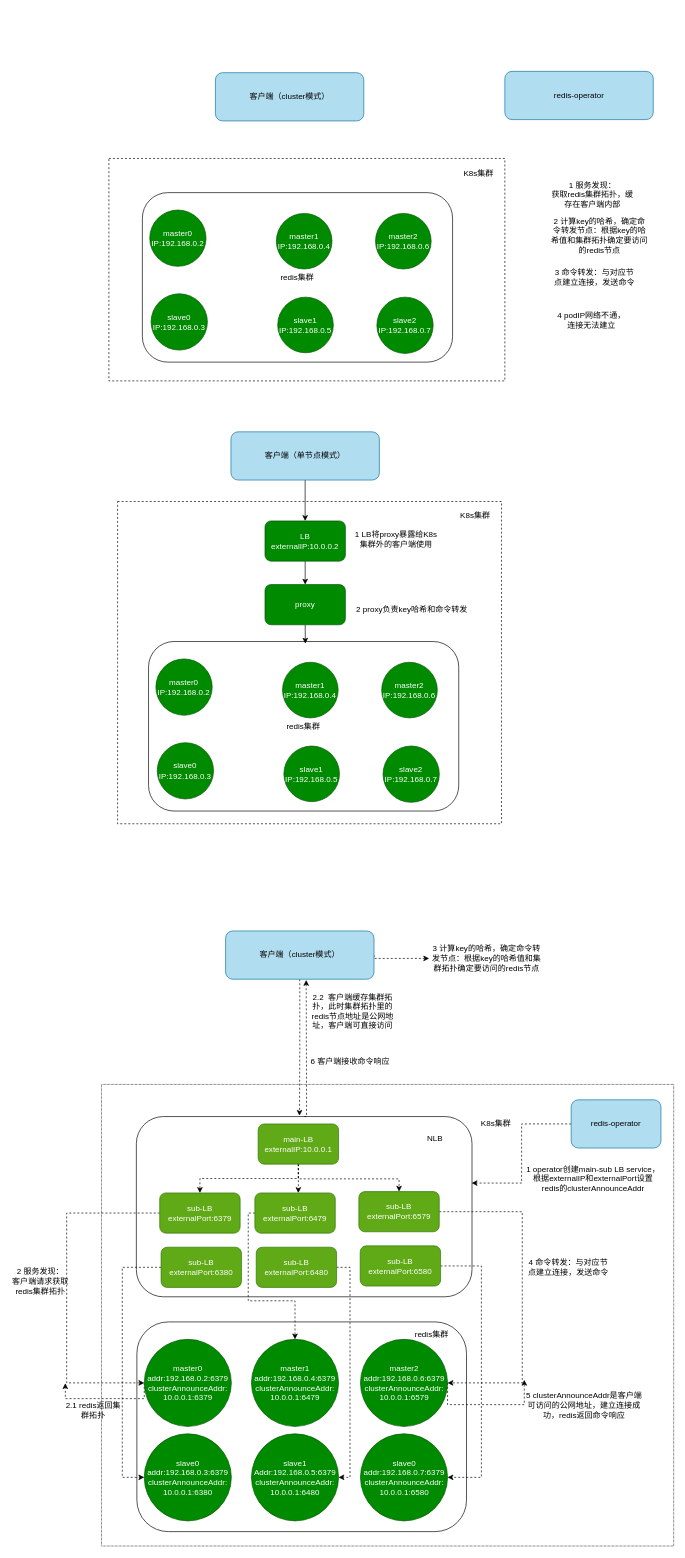
The draw.io diagram diagrams/redis代理和LB优化.drawio in fengyinqiao/cloudimg, before the edit. Source tidied: cells renumbered, new cells numbered last; positions are measured from the earlier drawing's top-left corner, leaving out a move shared by most shapes. Both pictures are drawn from the tidied source at 67%, with x=0, y=0 at pixel (11, 71).
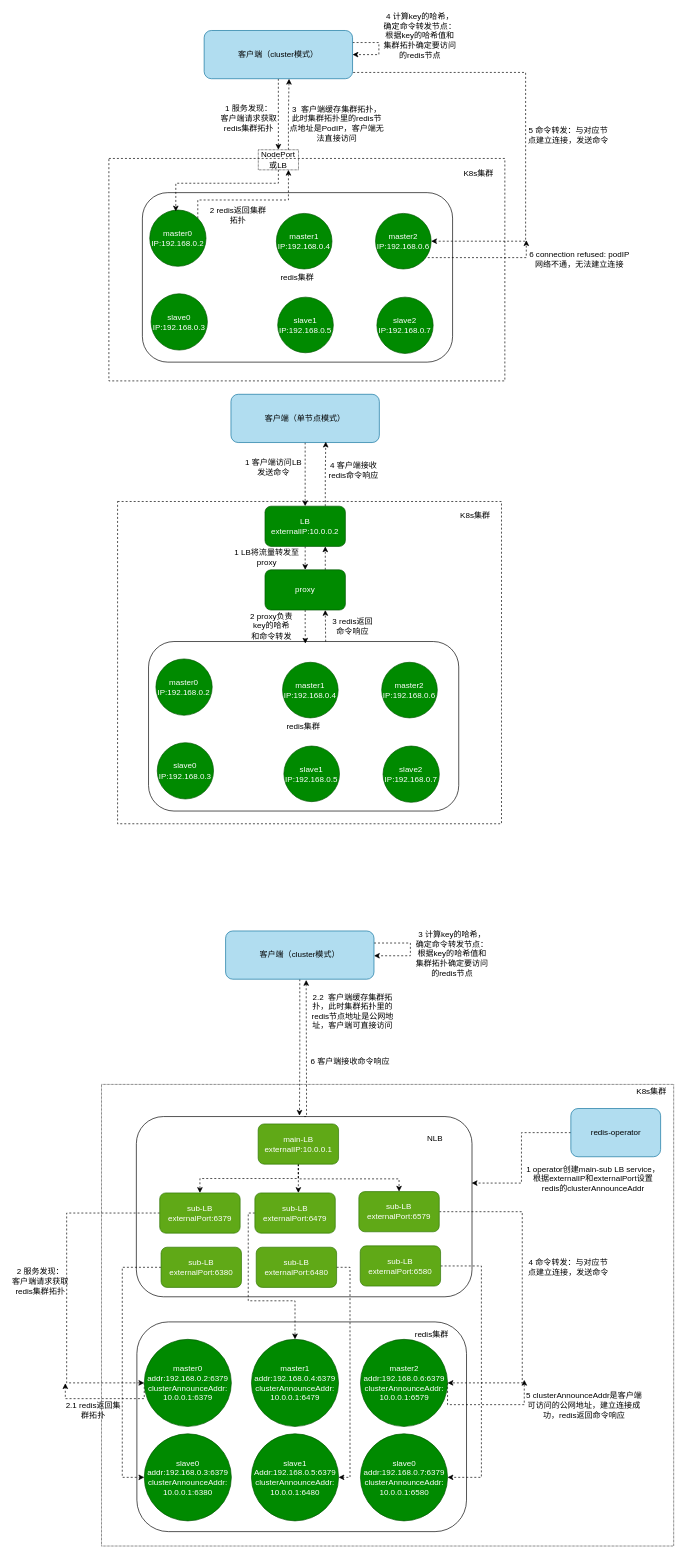
Above is the later version.

Commit message (it also covers changes not shown here):
更新redis代理和LB优化.drawio

Unchanged cells that the change refers to:
```xml
<mxCell id="5" value="master0&lt;br&gt;IP:192.168.0.2" style="ellipse;whiteSpace=wrap;html=1;fillColor=#008a00;fontColor=#ffffff;strokeColor=#005700;" parent="1" vertex="1">
  <mxGeometry x="206" y="207" width="84" height="84" as="geometry" />
</mxCell>
<mxCell id="9" value="master2&lt;br&gt;IP:192.168.0.6" style="ellipse;whiteSpace=wrap;html=1;fillColor=#008a00;fontColor=#ffffff;strokeColor=#005700;" parent="1" vertex="1">
  <mxGeometry x="543" y="212" width="83" height="83" as="geometry" />
</mxCell>
<mxCell id="20" value="redis集群" style="rounded=1;whiteSpace=wrap;html=1;" parent="1" vertex="1">
  <mxGeometry x="204.2" y="851" width="463" height="253" as="geometry" />
</mxCell>
<mxCell id="37" value="客户端（cluster模式）" style="rounded=1;whiteSpace=wrap;html=1;fillColor=#b1ddf0;strokeColor=#10739e;" parent="1" vertex="1">
  <mxGeometry x="319.2" y="1283" width="221.5" height="72" as="geometry" />
</mxCell>
```

Change to the diagram source:
```diff
@@
+    <mxCell id="27" style="rounded=0;whiteSpace=wrap;html=1;fillColor=none;dashed=1;" parent="1" vertex="1">
+      <mxGeometry x="158" y="642" width="573" height="481" as="geometry" />
+    </mxCell>
+    <mxCell id="4" value="redis集群" style="rounded=1;whiteSpace=wrap;html=1;" parent="1" vertex="1">
+      <mxGeometry x="195" y="181" width="463" height="253" as="geometry" />
+    </mxCell>
+    <mxCell id="16" style="rounded=0;whiteSpace=wrap;html=1;fillColor=none;dashed=1;" parent="1" vertex="1">
+      <mxGeometry x="145" y="130" width="591" height="332" as="geometry" />
+    </mxCell>
@@
+    <mxCell id="78" style="edgeStyle=orthogonalEdgeStyle;rounded=0;jettySize=auto;html=1;exitX=0.5;exitY=1;exitDx=0;exitDy=0;entryX=0.5;entryY=0;entryDx=0;entryDy=0;dashed=1;" parent="1" edge="1" source="3" target="88">
+      <mxGeometry relative="1" as="geometry" />
+    </mxCell>
+    <mxCell id="79" style="edgeStyle=orthogonalEdgeStyle;rounded=0;orthogonalLoop=1;jettySize=auto;html=1;exitX=1;exitY=0.25;exitDx=0;exitDy=0;dashed=1;entryX=1;entryY=0.5;entryDx=0;entryDy=0;" parent="1" edge="1" source="3" target="3">
+      <mxGeometry relative="1" as="geometry">
+        <Array as="points">
+          <mxPoint x="548" y="-43" />
+          <mxPoint x="548" y="-25" />
+        </Array>
+      </mxGeometry>
+    </mxCell>
+    <mxCell id="80" style="edgeStyle=orthogonalEdgeStyle;rounded=0;jettySize=auto;html=1;exitX=1.004;exitY=0.87;exitDx=0;exitDy=0;entryX=1;entryY=0.5;entryDx=0;entryDy=0;dashed=1;exitPerimeter=0;" parent="1" edge="1" source="3" target="9">
+      <mxGeometry relative="1" as="geometry">
+        <Array as="points">
+          <mxPoint x="767" y="2" />
+          <mxPoint x="767" y="254" />
+        </Array>
+      </mxGeometry>
+    </mxCell>
     <mxCell id="3" value="客户端（cluster模式）" style="rounded=1;whiteSpace=wrap;html=1;fillColor=#b1ddf0;strokeColor=#10739e;" parent="1" vertex="1">
-      <mxGeometry x="304" y="2" width="221.5" height="72" as="geometry" />
+      <mxGeometry x="287.2" y="-61" width="221.5" height="72" as="geometry" />
     </mxCell>
-    <mxCell id="4" value="redis集群" style="rounded=1;whiteSpace=wrap;html=1;" parent="1" vertex="1">
-      <mxGeometry x="195" y="181" width="463" height="253" as="geometry" />
-    </mxCell>
+    <mxCell id="81" style="edgeStyle=orthogonalEdgeStyle;rounded=0;jettySize=auto;html=1;exitX=1;exitY=0;exitDx=0;exitDy=0;entryX=0.75;entryY=1;entryDx=0;entryDy=0;dashed=1;" parent="1" edge="1" source="5" target="88">
+      <mxGeometry relative="1" as="geometry">
+        <Array as="points">
+          <mxPoint x="278" y="192" />
+          <mxPoint x="413" y="192" />
+        </Array>
+      </mxGeometry>
+    </mxCell>
@@
+    <mxCell id="82" style="edgeStyle=orthogonalEdgeStyle;rounded=0;jettySize=auto;html=1;exitX=1;exitY=1;exitDx=0;exitDy=0;dashed=1;" parent="1" edge="1" source="9">
+      <mxGeometry relative="1" as="geometry">
+        <mxPoint x="768" y="252" as="targetPoint" />
+        <Array as="points">
+          <mxPoint x="614" y="278" />
+          <mxPoint x="768" y="278" />
+          <mxPoint x="768" y="253" />
+        </Array>
+      </mxGeometry>
+    </mxCell>
@@
-    <mxCell id="11" value="redis-operator" style="rounded=1;whiteSpace=wrap;html=1;fillColor=#b1ddf0;strokeColor=#10739e;" parent="1" vertex="1">
-      <mxGeometry x="736" width="221.5" height="72" as="geometry" />
-    </mxCell>
-    <mxCell id="12" value="1&amp;nbsp;服务发现：&lt;br&gt;获取redis集群拓扑，缓存在客户端内部" style="text;html=1;strokeColor=none;fillColor=none;align=center;verticalAlign=middle;whiteSpace=wrap;rounded=0;" parent="1" vertex="1">
-      <mxGeometry x="803" y="169" width="128" height="30" as="geometry" />
-    </mxCell>
-    <mxCell id="13" value="2 计算key的哈希，确定命令转发节点：根据key的哈希值和集群拓扑确定要访问的redis节点" style="text;html=1;strokeColor=none;fillColor=none;align=center;verticalAlign=middle;whiteSpace=wrap;rounded=0;" parent="1" vertex="1">
-      <mxGeometry x="803" y="230" width="149" height="30" as="geometry" />
-    </mxCell>
-    <mxCell id="14" value="3 命令转发：与对应节点建立连接，发送命令" style="text;html=1;strokeColor=none;fillColor=none;align=center;verticalAlign=middle;whiteSpace=wrap;rounded=0;" parent="1" vertex="1">
-      <mxGeometry x="808.5" y="292" width="122" height="30" as="geometry" />
-    </mxCell>
-    <mxCell id="15" value="4 podIP网络不通，连接无法建立" style="text;html=1;strokeColor=none;fillColor=none;align=center;verticalAlign=middle;whiteSpace=wrap;rounded=0;" parent="1" vertex="1">
-      <mxGeometry x="812" y="357" width="107" height="30" as="geometry" />
+    <mxCell id="15" value="6 connection refused: podIP网络不通，无法建立连接" style="text;html=1;strokeColor=none;fillColor=none;align=center;verticalAlign=middle;whiteSpace=wrap;rounded=0;" parent="1" vertex="1">
+      <mxGeometry x="770" y="265" width="155" height="30" as="geometry" />
     </mxCell>
-    <mxCell id="16" style="rounded=0;whiteSpace=wrap;html=1;fillColor=none;dashed=1;" parent="1" vertex="1">
-      <mxGeometry x="145" y="130" width="591" height="332" as="geometry" />
-    </mxCell>
@@
-    <mxCell id="18" style="edgeStyle=orthogonalEdgeStyle;rounded=0;jettySize=auto;html=1;exitX=0.5;exitY=1;exitDx=0;exitDy=0;" parent="1" edge="1" source="19" target="30">
+    <mxCell id="18" style="edgeStyle=orthogonalEdgeStyle;rounded=0;jettySize=auto;html=1;exitX=0.5;exitY=1;exitDx=0;exitDy=0;dashed=1;" parent="1" edge="1" source="19" target="30">
       <mxGeometry relative="1" as="geometry" />
     </mxCell>
     <mxCell id="19" value="客户端（单节点模式）" style="rounded=1;whiteSpace=wrap;html=1;fillColor=#b1ddf0;strokeColor=#10739e;" parent="1" vertex="1">
-      <mxGeometry x="327.2" y="538" width="221.5" height="72" as="geometry" />
+      <mxGeometry x="327.2" y="482" width="221.5" height="72" as="geometry" />
     </mxCell>
@@
-    <mxCell id="27" style="rounded=0;whiteSpace=wrap;html=1;fillColor=none;dashed=1;" parent="1" vertex="1">
-      <mxGeometry x="158" y="642" width="573" height="481" as="geometry" />
-    </mxCell>
@@
-    <mxCell id="29" style="edgeStyle=orthogonalEdgeStyle;rounded=0;jettySize=auto;html=1;exitX=0.5;exitY=1;exitDx=0;exitDy=0;entryX=0.5;entryY=0;entryDx=0;entryDy=0;" parent="1" edge="1" source="30" target="32">
+    <mxCell id="29" style="edgeStyle=orthogonalEdgeStyle;rounded=0;jettySize=auto;html=1;exitX=0.5;exitY=1;exitDx=0;exitDy=0;entryX=0.5;entryY=0;entryDx=0;entryDy=0;dashed=1;" parent="1" edge="1" source="30" target="32">
       <mxGeometry relative="1" as="geometry" />
     </mxCell>
+    <mxCell id="83" style="edgeStyle=orthogonalEdgeStyle;rounded=0;jettySize=auto;html=1;exitX=0.75;exitY=0;exitDx=0;exitDy=0;entryX=0.639;entryY=0.983;entryDx=0;entryDy=0;entryPerimeter=0;dashed=1;" parent="1" edge="1" source="30" target="19">
+      <mxGeometry relative="1" as="geometry" />
+    </mxCell>
     <mxCell id="30" value="LB&lt;br&gt;externalIP:10.0.0.2" style="rounded=1;whiteSpace=wrap;html=1;fillColor=#008a00;strokeColor=#005700;fontColor=#ffffff;" parent="1" vertex="1">
-      <mxGeometry x="378" y="671" width="120" height="60" as="geometry" />
+      <mxGeometry x="378" y="649" width="120" height="60" as="geometry" />
     </mxCell>
-    <mxCell id="31" style="edgeStyle=orthogonalEdgeStyle;rounded=0;jettySize=auto;html=1;exitX=0.5;exitY=1;exitDx=0;exitDy=0;entryX=0.489;entryY=0.441;entryDx=0;entryDy=0;entryPerimeter=0;" parent="1" edge="1" source="32" target="27">
+    <mxCell id="31" style="edgeStyle=orthogonalEdgeStyle;rounded=0;jettySize=auto;html=1;exitX=0.5;exitY=1;exitDx=0;exitDy=0;entryX=0.489;entryY=0.441;entryDx=0;entryDy=0;entryPerimeter=0;dashed=1;" parent="1" edge="1" source="32" target="27">
       <mxGeometry relative="1" as="geometry" />
     </mxCell>
+    <mxCell id="84" style="edgeStyle=orthogonalEdgeStyle;rounded=0;jettySize=auto;html=1;exitX=0.75;exitY=0;exitDx=0;exitDy=0;entryX=0.75;entryY=1;entryDx=0;entryDy=0;dashed=1;" parent="1" edge="1" source="32" target="30">
+      <mxGeometry relative="1" as="geometry" />
+    </mxCell>
     <mxCell id="32" value="proxy" style="rounded=1;whiteSpace=wrap;html=1;fillColor=#008a00;strokeColor=#005700;fontColor=#ffffff;" parent="1" vertex="1">
-      <mxGeometry x="378" y="766" width="120" height="60" as="geometry" />
+      <mxGeometry x="378" y="744" width="120" height="60" as="geometry" />
     </mxCell>
-    <mxCell id="33" value="1 LB将proxy暴露给K8s集群外的客户端使用" style="text;html=1;strokeColor=none;fillColor=none;align=center;verticalAlign=middle;whiteSpace=wrap;rounded=0;" parent="1" vertex="1">
-      <mxGeometry x="510" y="683" width="128" height="30" as="geometry" />
+    <mxCell id="33" value="1 客户端访问LB&lt;br&gt;发送命令" style="text;html=1;strokeColor=none;fillColor=none;align=center;verticalAlign=middle;whiteSpace=wrap;rounded=0;" parent="1" vertex="1">
+      <mxGeometry x="346" y="579" width="90" height="24" as="geometry" />
     </mxCell>
-    <mxCell id="34" value="2 proxy负责key哈希和命令转发" style="text;html=1;strokeColor=none;fillColor=none;align=center;verticalAlign=middle;whiteSpace=wrap;rounded=0;" parent="1" vertex="1">
-      <mxGeometry x="510" y="789" width="175" height="30" as="geometry" />
+    <mxCell id="34" value="2 proxy负责key的哈希&lt;br&gt;和命令转发" style="text;html=1;strokeColor=none;fillColor=none;align=center;verticalAlign=middle;whiteSpace=wrap;rounded=0;" parent="1" vertex="1">
+      <mxGeometry x="352" y="819" width="72" height="17" as="geometry" />
     </mxCell>
@@
-    <mxCell id="36" style="edgeStyle=orthogonalEdgeStyle;rounded=0;jettySize=auto;html=1;exitX=1;exitY=0.5;exitDx=0;exitDy=0;entryX=0;entryY=0.5;entryDx=0;entryDy=0;dashed=1;" parent="1" edge="1" source="37" target="50">
-      <mxGeometry relative="1" as="geometry">
-        <Array as="points">
-          <mxPoint x="541" y="1324" />
-        </Array>
-      </mxGeometry>
-    </mxCell>
+    <mxCell id="85" style="edgeStyle=orthogonalEdgeStyle;rounded=0;orthogonalLoop=1;jettySize=auto;html=1;exitX=1;exitY=0.25;exitDx=0;exitDy=0;dashed=1;" parent="1" edge="1" source="37" target="37">
+      <mxGeometry relative="1" as="geometry">
+        <Array as="points">
+          <mxPoint x="595" y="1301" />
+          <mxPoint x="595" y="1320" />
+        </Array>
+      </mxGeometry>
+    </mxCell>
@@
     <mxCell id="41" value="K8s集群" style="text;html=1;strokeColor=none;fillColor=none;align=center;verticalAlign=middle;whiteSpace=wrap;rounded=0;dashed=1;" parent="1" vertex="1">
-      <mxGeometry x="693" y="1556" width="60" height="30" as="geometry" />
+      <mxGeometry x="925" y="1508" width="60" height="30" as="geometry" />
     </mxCell>
@@
-    <mxCell id="50" value="3 计算key的哈希，确定命令转发节点：根据key的哈希值和集群拓扑确定要访问的redis节点" style="text;html=1;strokeColor=none;fillColor=none;align=center;verticalAlign=middle;whiteSpace=wrap;rounded=0;" parent="1" vertex="1">
-      <mxGeometry x="623" y="1309" width="172" height="30" as="geometry" />
+    <mxCell id="50" value="3 计算key的哈希，确定命令转发节点：&lt;br&gt;根据key的哈希值和集群拓扑确定要访问的redis节点" style="text;html=1;strokeColor=none;fillColor=none;align=center;verticalAlign=middle;whiteSpace=wrap;rounded=0;" parent="1" vertex="1">
+      <mxGeometry x="602" y="1302" width="111" height="30" as="geometry" />
     </mxCell>
@@
     <mxCell id="74" value="redis-operator" style="rounded=1;whiteSpace=wrap;html=1;fillColor=#b1ddf0;strokeColor=#10739e;" parent="1" vertex="1">
-      <mxGeometry x="835" y="1535" width="134" height="72" as="geometry" />
+      <mxGeometry x="834.5" y="1548" width="134" height="72" as="geometry" />
     </mxCell>
@@
+    <mxCell id="86" style="edgeStyle=orthogonalEdgeStyle;rounded=0;jettySize=auto;html=1;exitX=0.5;exitY=1;exitDx=0;exitDy=0;entryX=0.169;entryY=0.238;entryDx=0;entryDy=0;entryPerimeter=0;dashed=1;" parent="1" edge="1" source="88" target="16">
+      <mxGeometry relative="1" as="geometry" />
+    </mxCell>
+    <mxCell id="87" style="edgeStyle=orthogonalEdgeStyle;rounded=0;jettySize=auto;html=1;exitX=0.75;exitY=0;exitDx=0;exitDy=0;entryX=0.572;entryY=1.002;entryDx=0;entryDy=0;entryPerimeter=0;dashed=1;" parent="1" edge="1" source="88" target="3">
+      <mxGeometry relative="1" as="geometry" />
+    </mxCell>
+    <mxCell id="88" value="NodePort或LB" style="text;html=1;strokeColor=default;fillColor=none;align=center;verticalAlign=middle;whiteSpace=wrap;rounded=0;dashed=1;dashPattern=1 1;" parent="1" vertex="1">
+      <mxGeometry x="368" y="117" width="60" height="30" as="geometry" />
+    </mxCell>
+    <mxCell id="89" value="1 服务发现：&lt;br&gt;客户端请求获取redis集群拓扑" style="text;html=1;strokeColor=none;fillColor=none;align=center;verticalAlign=middle;whiteSpace=wrap;rounded=0;" parent="1" vertex="1">
+      <mxGeometry x="311" y="50" width="86" height="40" as="geometry" />
+    </mxCell>
+    <mxCell id="90" value="3&amp;nbsp; 客户端缓存集群拓扑，此时集群拓扑里的redis节点地址是PodIP，客户端无法直接访问" style="text;html=1;strokeColor=none;fillColor=none;align=center;verticalAlign=middle;whiteSpace=wrap;rounded=0;" parent="1" vertex="1">
+      <mxGeometry x="413.8" y="66" width="143.2" height="24" as="geometry" />
+    </mxCell>
+    <mxCell id="91" value="2 redis返回集群拓扑" style="text;html=1;strokeColor=none;fillColor=none;align=center;verticalAlign=middle;whiteSpace=wrap;rounded=0;" parent="1" vertex="1">
+      <mxGeometry x="290" y="199" width="96" height="31" as="geometry" />
+    </mxCell>
+    <mxCell id="92" value="4 计算key的哈希，确定命令转发节点：&lt;br&gt;根据key的哈希值和集群拓扑确定要访问的redis节点" style="text;html=1;strokeColor=none;fillColor=none;align=center;verticalAlign=middle;whiteSpace=wrap;rounded=0;" parent="1" vertex="1">
+      <mxGeometry x="554.2" y="-68" width="111" height="30" as="geometry" />
+    </mxCell>
+    <mxCell id="93" value="5 命令转发：与对应节点建立连接，发送命令" style="text;html=1;strokeColor=none;fillColor=none;align=center;verticalAlign=middle;whiteSpace=wrap;rounded=0;" parent="1" vertex="1">
+      <mxGeometry x="770" y="81" width="122" height="30" as="geometry" />
+    </mxCell>
+    <mxCell id="94" style="endArrow=classic;html=1;rounded=0;dashed=1;entryX=0.75;entryY=1;entryDx=0;entryDy=0;exitX=0.571;exitY=0.001;exitDx=0;exitDy=0;exitPerimeter=0;" parent="1" edge="1" source="20" target="32">
+      <mxGeometry relative="1" as="geometry" />
+    </mxCell>
+    <mxCell id="95" value="1 LB将流量转发至proxy" style="text;html=1;strokeColor=none;fillColor=none;align=center;verticalAlign=middle;whiteSpace=wrap;rounded=0;" parent="1" vertex="1">
+      <mxGeometry x="331" y="714" width="100" height="24" as="geometry" />
+    </mxCell>
+    <mxCell id="96" value="3 redis返回命令响应" style="text;html=1;strokeColor=none;fillColor=none;align=center;verticalAlign=middle;whiteSpace=wrap;rounded=0;" parent="1" vertex="1">
+      <mxGeometry x="473" y="819" width="72" height="17" as="geometry" />
+    </mxCell>
+    <mxCell id="97" value="4 客户端接收redis命令响应" style="text;html=1;strokeColor=none;fillColor=none;align=center;verticalAlign=middle;whiteSpace=wrap;rounded=0;" parent="1" vertex="1">
+      <mxGeometry x="471" y="586" width="79" height="17" as="geometry" />
+    </mxCell>
```
